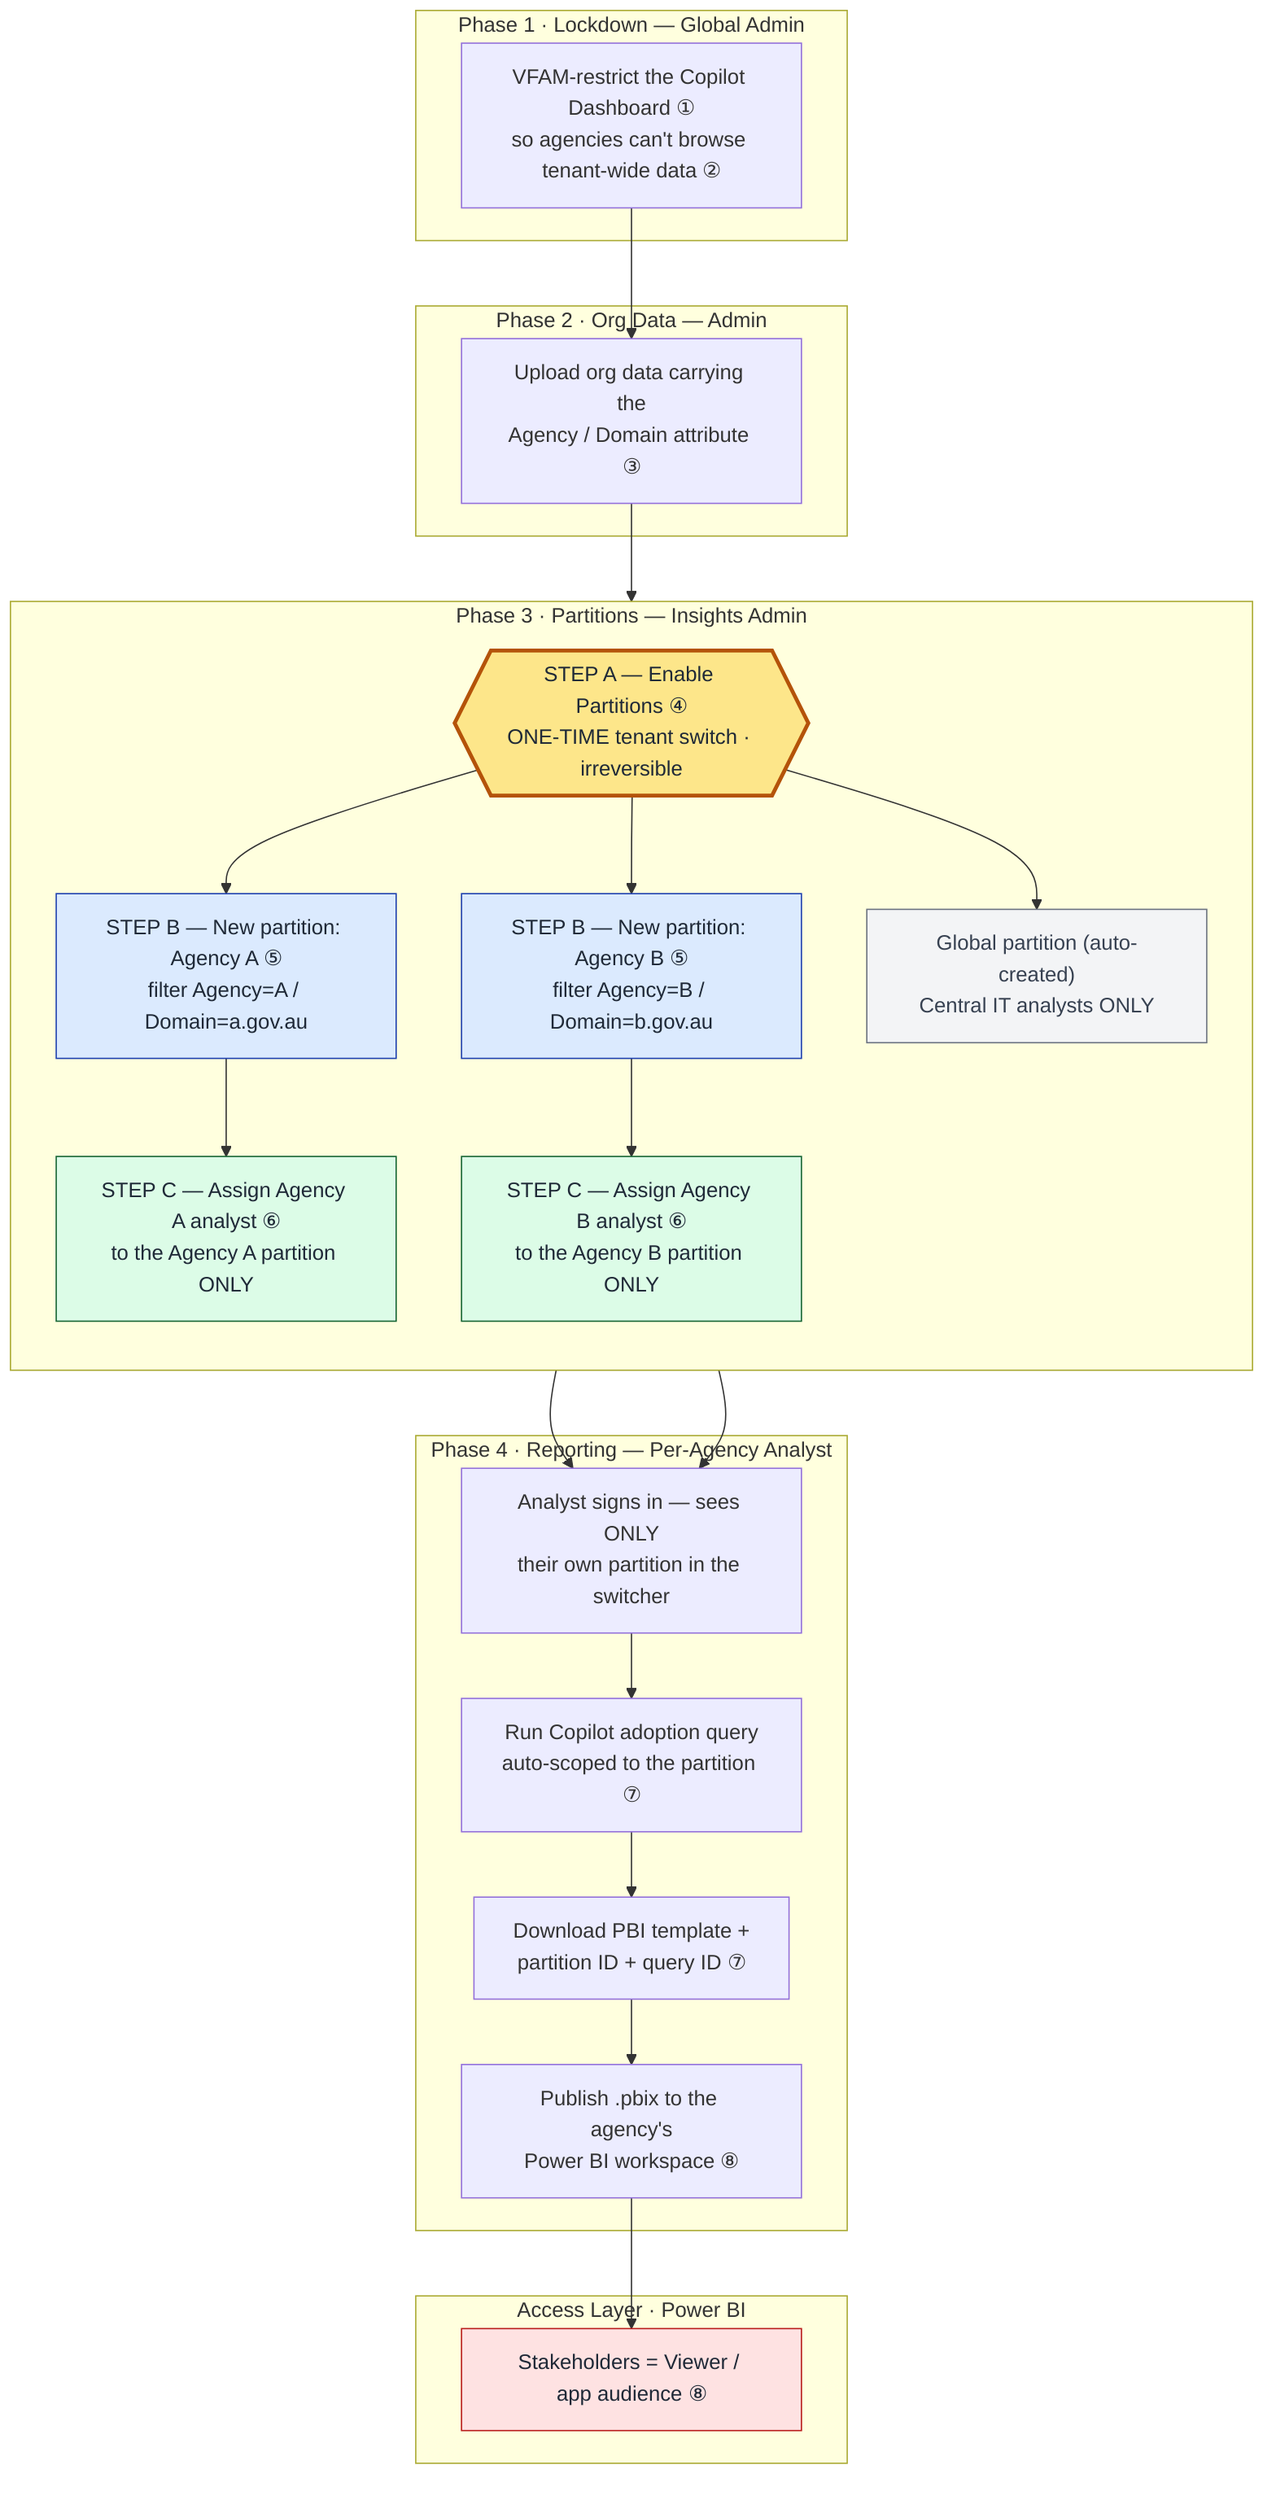
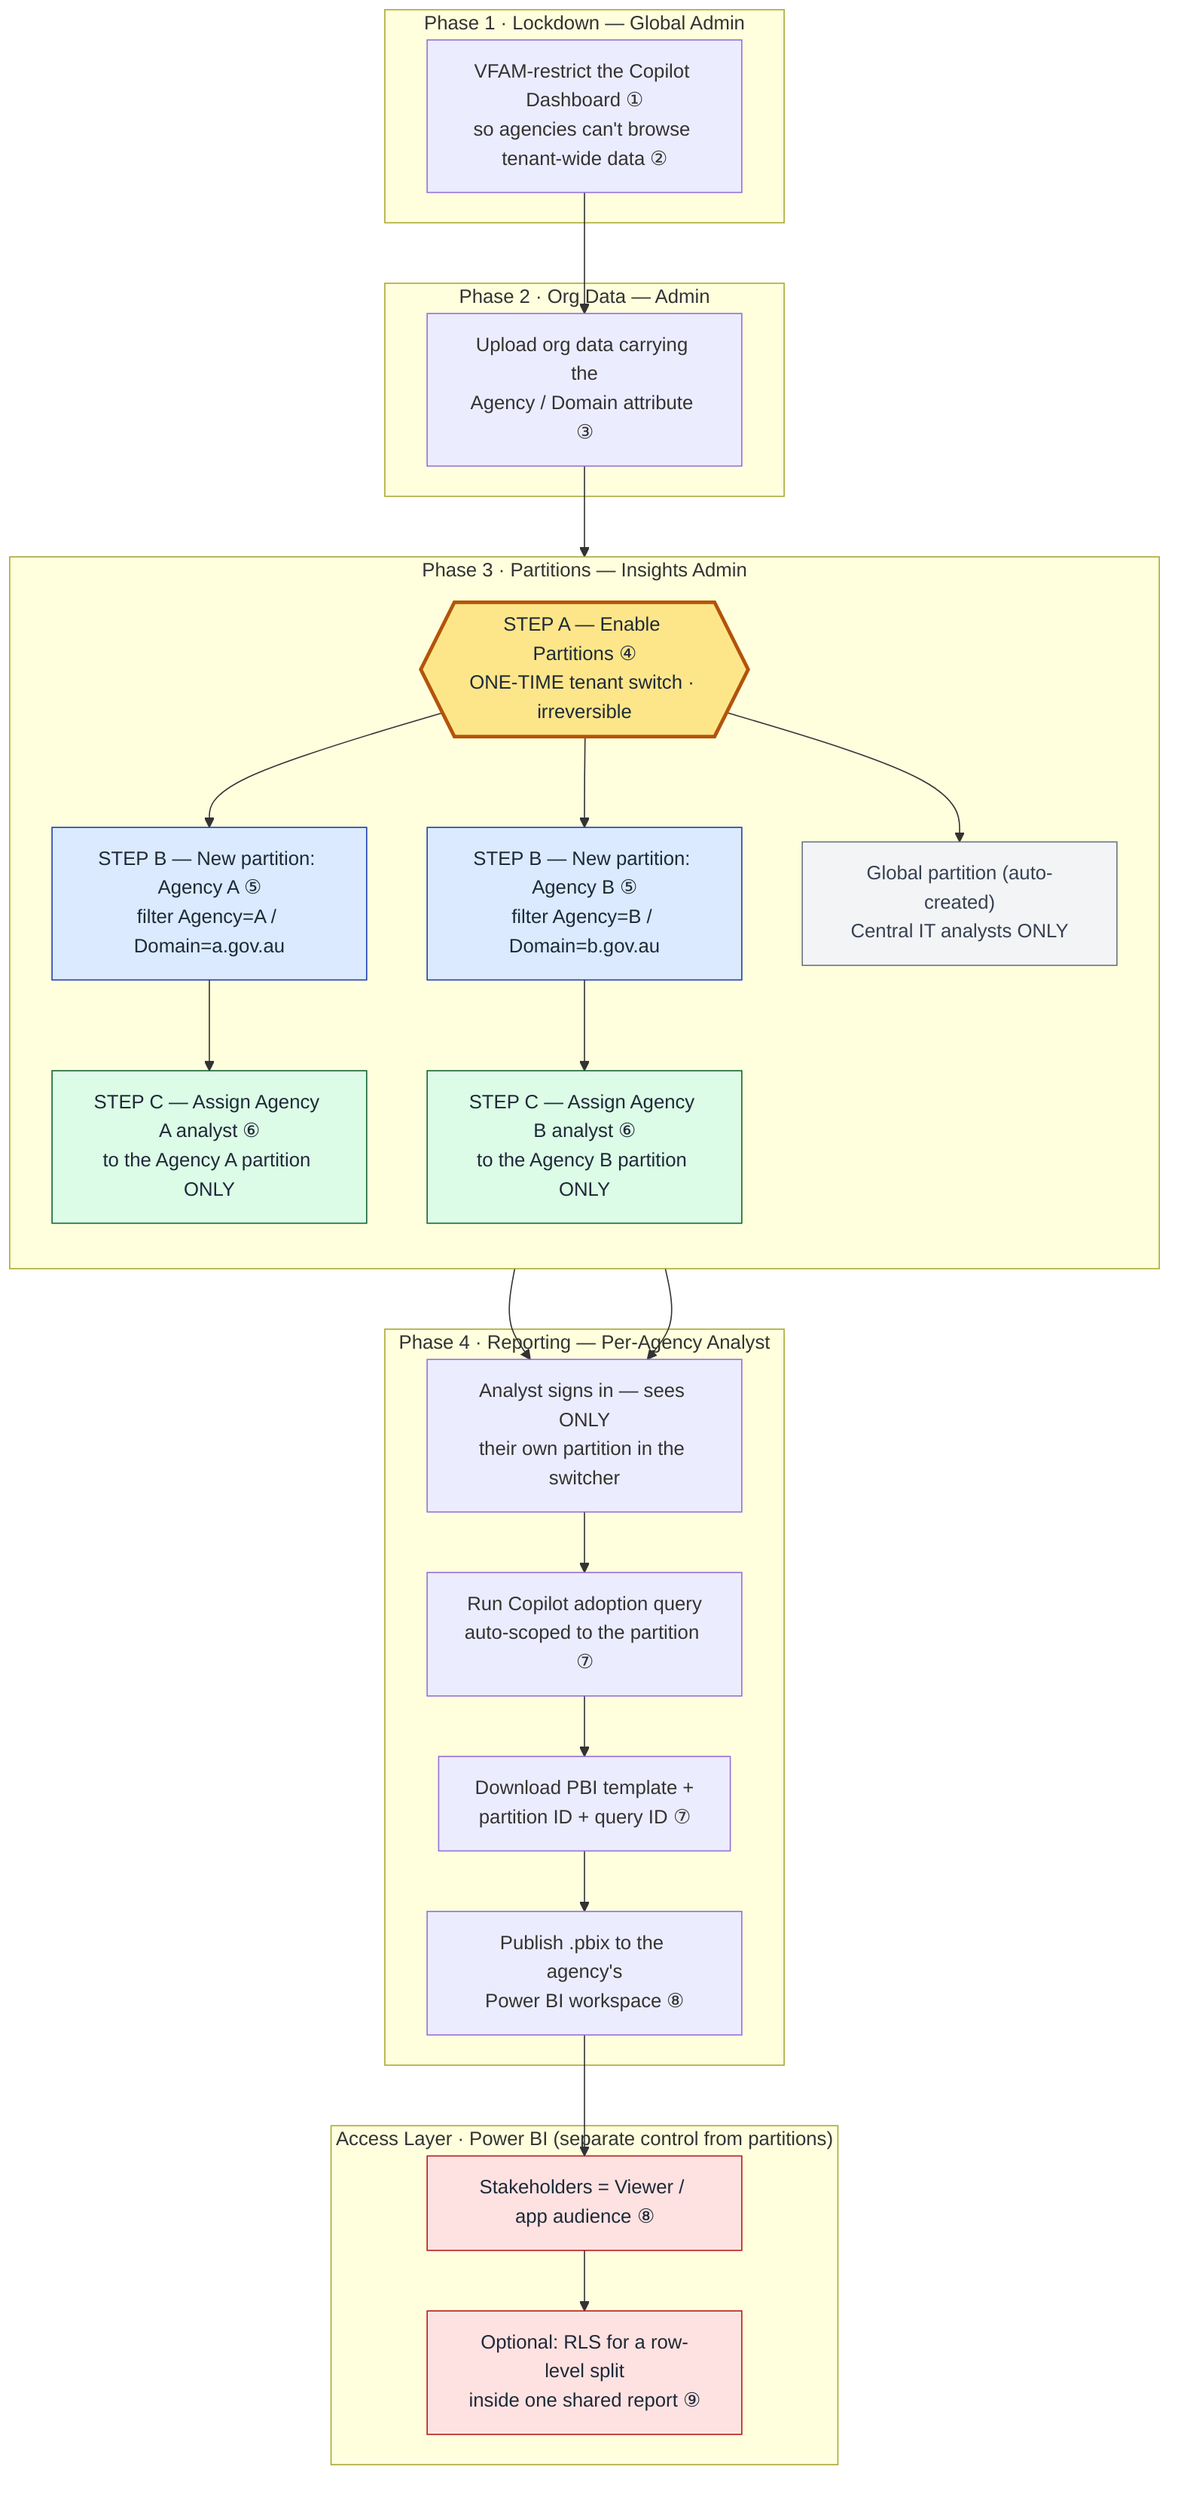
%% Multi-Agency Isolation — where "Enable Partitions" vs "Create partition" fit
%% Source diagram. Regenerate the SVG with:
%%   PUPPETEER_SKIP_DOWNLOAD=1 npx -y @mermaid-js/mermaid-cli \
%%     -i assets/images/partition-isolation-flow.mmd \
%%     -o assets/images/partition-isolation-flow.svg \
%%     -c /tmp/mmd-config.json -p /tmp/puppeteer-config.json -b transparent
flowchart TD
    subgraph P1["Phase 1 · Lockdown — Global Admin"]
        A1["VFAM-restrict the Copilot Dashboard ①<br/>so agencies can't browse tenant-wide data ②"]
    end
    subgraph P2["Phase 2 · Org Data — Admin"]
        A2["Upload org data carrying the<br/>Agency / Domain attribute ③"]
    end
    subgraph P3["Phase 3 · Partitions — Insights Admin"]
        direction TB
        B1{{"STEP A — Enable Partitions ④<br/>ONE-TIME tenant switch · irreversible"}}
        B2["STEP B — New partition: Agency A ⑤<br/>filter Agency=A / Domain=a.gov.au"]
        B3["STEP B — New partition: Agency B ⑤<br/>filter Agency=B / Domain=b.gov.au"]
        B4["Global partition (auto-created)<br/>Central IT analysts ONLY"]
        B5["STEP C — Assign Agency A analyst ⑥<br/>to the Agency A partition ONLY"]
        B6["STEP C — Assign Agency B analyst ⑥<br/>to the Agency B partition ONLY"]
        B1 --> B2 --> B5
        B1 --> B3 --> B6
        B1 --> B4
    end
    subgraph P4["Phase 4 · Reporting — Per-Agency Analyst"]
        C1["Analyst signs in — sees ONLY<br/>their own partition in the switcher"]
        C2["Run Copilot adoption query<br/>auto-scoped to the partition ⑦"]
        C3["Download PBI template +<br/>partition ID + query ID ⑦"]
        C4["Publish .pbix to the agency's<br/>Power BI workspace ⑧"]
    end
-     subgraph P5["Access Layer · Power BI"]
+     subgraph P5["Access Layer · Power BI (separate control from partitions)"]
        D1["Stakeholders = Viewer / app audience ⑧"]
+         D2["Optional: RLS for a row-level split<br/>inside one shared report ⑨"]
    end
    A1 --> A2 --> B1
    B5 --> C1
    B6 --> C1
-     C1 --> C2 --> C3 --> C4 --> D1
+     C1 --> C2 --> C3 --> C4 --> D1 --> D2

    click A1 "https://learn.microsoft.com/en-us/viva/feature-access-management" "Viva feature access management (VFAM)"
    click A2 "https://learn.microsoft.com/en-us/viva/organizational-data" "Upload organizational data"
    click B1 "https://learn.microsoft.com/viva/insights/advanced/setup-maint/privacy-settings" "Turn on partitions (Privacy settings)"
    click B2 "https://learn.microsoft.com/viva/insights/advanced/admin/partitions#how-to-create-a-partition-and-assign-analysts-access" "Create a partition and assign analysts"
    click B3 "https://learn.microsoft.com/viva/insights/advanced/admin/partitions#how-to-create-a-partition-and-assign-analysts-access" "Create a partition and assign analysts"
    click B5 "https://learn.microsoft.com/viva/insights/advanced/setup-maint/assign-user-roles" "Assign Insights Analyst role"
    click B6 "https://learn.microsoft.com/viva/insights/advanced/setup-maint/assign-user-roles" "Assign Insights Analyst role"
    click C2 "https://learn.microsoft.com/en-us/viva/insights/advanced/analyst/templates/microsoft-365-copilot-adoption" "Microsoft 365 Copilot adoption report"
    click C3 "https://learn.microsoft.com/en-us/viva/insights/advanced/analyst/templates/microsoft-365-copilot-adoption" "Microsoft 365 Copilot adoption report"
    click C4 "https://learn.microsoft.com/power-bi/collaborate-share/service-create-distribute-apps" "Publish and distribute a Power BI app"
    click D1 "https://learn.microsoft.com/power-bi/collaborate-share/service-roles-new-workspaces" "Roles in Power BI workspaces"
+     click D2 "https://learn.microsoft.com/fabric/security/service-admin-row-level-security" "Row-level security (RLS) in Power BI"

    classDef enable fill:#fde68a,stroke:#b45309,stroke-width:3px,color:#1f2937;
    classDef agency fill:#dbeafe,stroke:#1e40af,color:#1f2937;
    classDef assign fill:#dcfce7,stroke:#166534,color:#1f2937;
    classDef global fill:#f3f4f6,stroke:#6b7280,color:#374151;
    classDef access fill:#fee2e2,stroke:#b91c1c,color:#1f2937;
    class B1 enable;
    class B2,B3 agency;
    class B5,B6 assign;
    class B4 global;
-     class D1 access;
+     class D1,D2 access;
